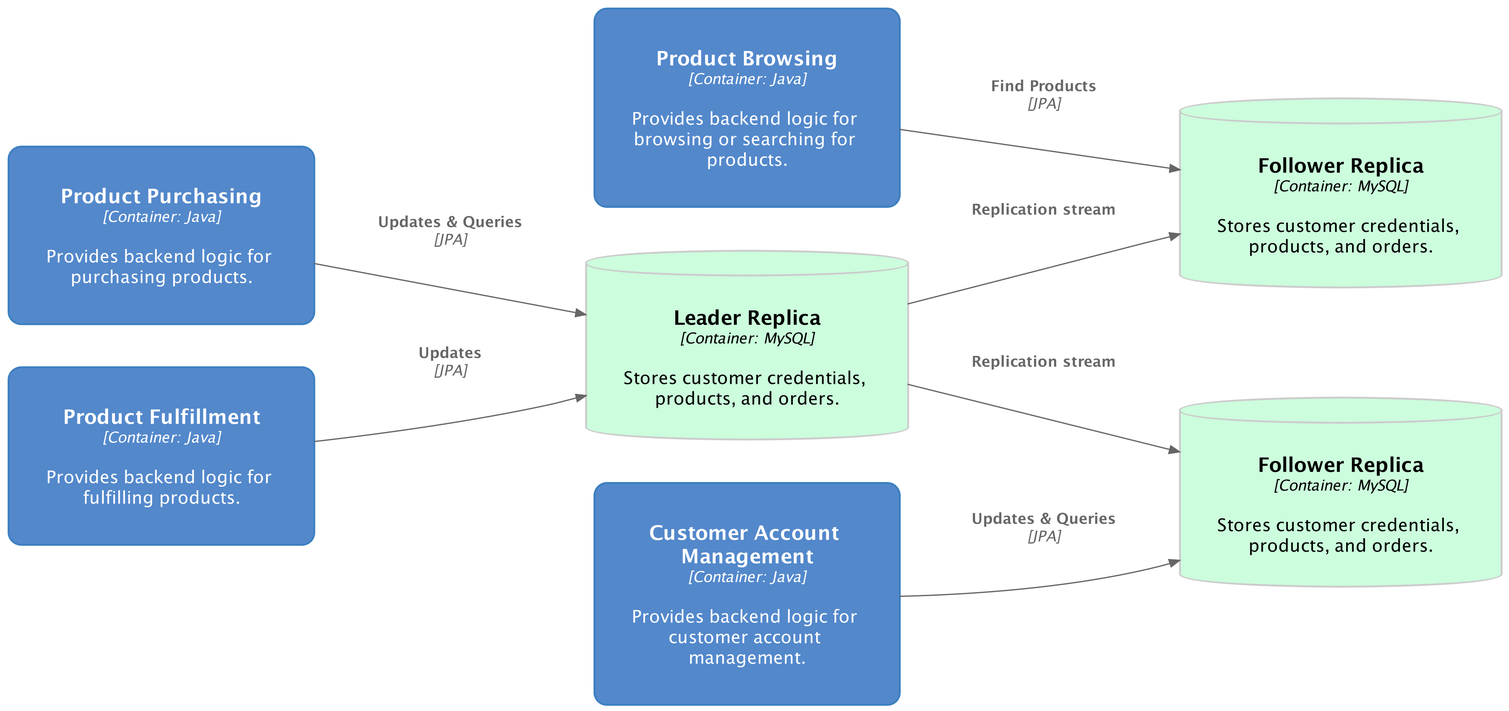
Above: slides/distributed2/diagrams/LeaderFollowerSpread.png in CSSE6400/software-architecture (PlantUML), before the change. Its diagram source:
```plantuml
@startuml LeaderFollowerSpread
skinparamlocked dpi 300

left to right direction

!include https://raw.githubusercontent.com/plantuml-stdlib/C4-PlantUML/master/C4_Deployment.puml

!define DEVICONS https://raw.githubusercontent.com/tupadr3/plantuml-icon-font-sprites/master/devicons
!include DEVICONS/laravel.puml
!include DEVICONS/javascript.puml
!include DEVICONS/mysql.puml
!include DEVICONS/chrome.puml

!define AWSPuml https://raw.githubusercontent.com/awslabs/aws-icons-for-plantuml/v11.1/dist
!includeurl AWSPuml/AWSCommon.puml
!includeurl AWSPuml/Database/RDS.puml
!includeurl AWSPuml/Compute/EC2.puml
!includeurl AWSPuml/Compute/EC2AutoScaling.puml
!includeurl AWSPuml/NetworkingContentDelivery/ElasticLoadBalancing.puml
!includeurl AWSPuml/Storage/SimpleStorageService.puml
AddContainerTag("AWS", $borderColor="#ff9900", $bgColor="#ffffff", $fontColor="#000000")

AddContainerTag("browser", $bgColor="#bcddfc", $fontColor="#000000")
AddContainerTag("database", $bgColor="#ccfddd", $fontColor="#000000", $borderColor="#cccccc")

skinparam roundcorner 20
skinparam Padding 20


UpdateElementStyle(node, $borderColor="#cccccc", $fontColor="#5c5c5c")
UpdateElementStyle(container, $bgColor="#5388cb")

hide stereotype

Container(product_browsing, "Product Browsing", "Container: Java", "Provides backend logic for browsing or searching for products.")
Container(product_purchasing, "Product Purchasing", "Container: Java", "Provides backend logic for purchasing products.")
Container(customer_account, "Customer Account Management", "Container: Java", "Provides backend logic for customer account management.")
Container(product_fulfillment, "Product Fulfillment", "Container: Java", "Provides backend logic for fulfilling products.")

ContainerDb(db, "Leader Replica", "Container: MySQL", "Stores customer credentials, products, and orders.", $tags="database")

ContainerDb(replica1, "Follower Replica", "Container: MySQL", "Stores customer credentials, products, and orders.", $tags="database")
ContainerDb(replica2, "Follower Replica", "Container: MySQL", "Stores customer credentials, products, and orders.", $tags="database")

Rel(product_browsing, replica1, "Find Products", "JPA")
Rel(product_purchasing, db, "Updates & Queries", "JPA")
Rel(customer_account, replica2, "Updates & Queries", "JPA")
Rel(product_fulfillment, db, "Updates", "JPA")

Rel(db, replica1, "Replication stream")
Rel(db, replica2, "Replication stream")

@enduml
```
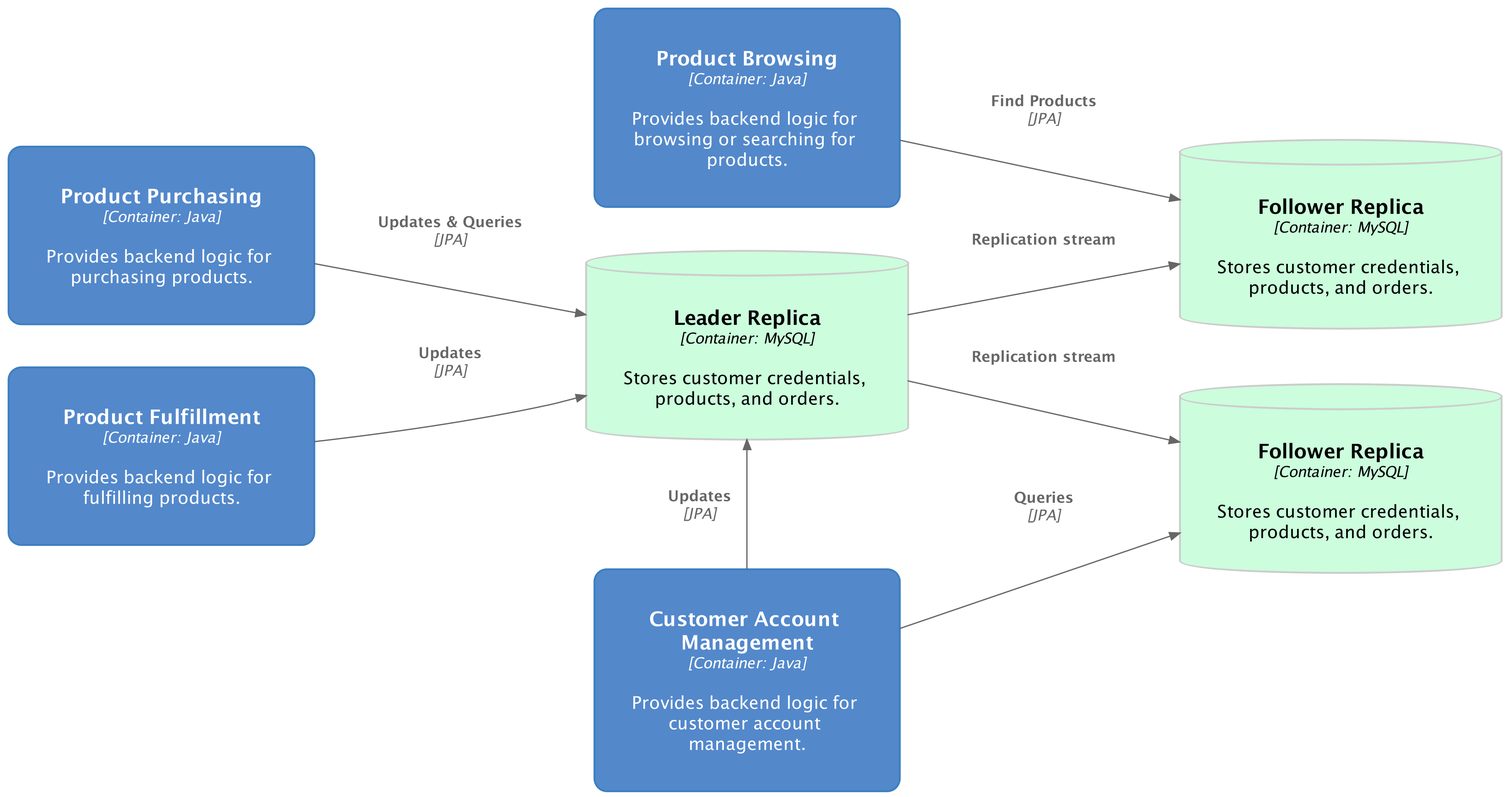
Later version of the same file.

Diff of the diagram source:
```diff
@@ -44,7 +44,8 @@
 
 Rel(product_browsing, replica1, "Find Products", "JPA")
 Rel(product_purchasing, db, "Updates & Queries", "JPA")
-Rel(customer_account, replica2, "Updates & Queries", "JPA")
+Rel(customer_account, replica2, "Queries", "JPA")
+Rel_L(customer_account, db, "Updates", "JPA")
 Rel(product_fulfillment, db, "Updates", "JPA")
 
 Rel(db, replica1, "Replication stream")
```
